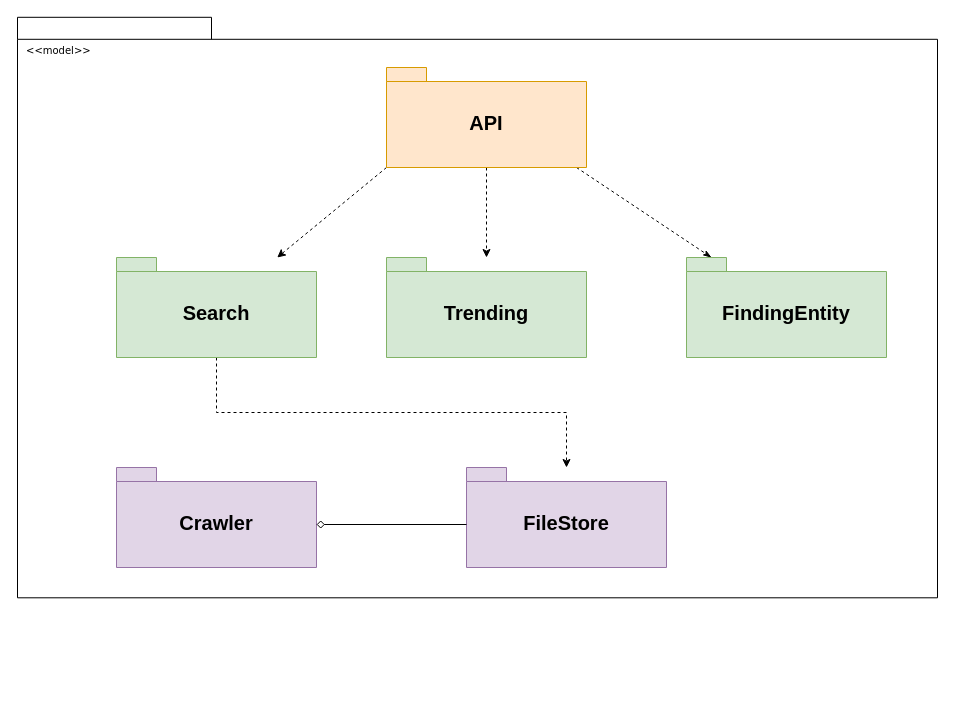
This is OOP_Project.drawio from HARKINGS/UML, a draw.io file, before an edit. Source tidied: cells renumbered, new cells numbered last; positions are measured from the earlier drawing's top-left corner, leaving out a move shared by most shapes. Both pictures are drawn from the tidied source at 100%, with x=0, y=0 at pixel (17, 17).
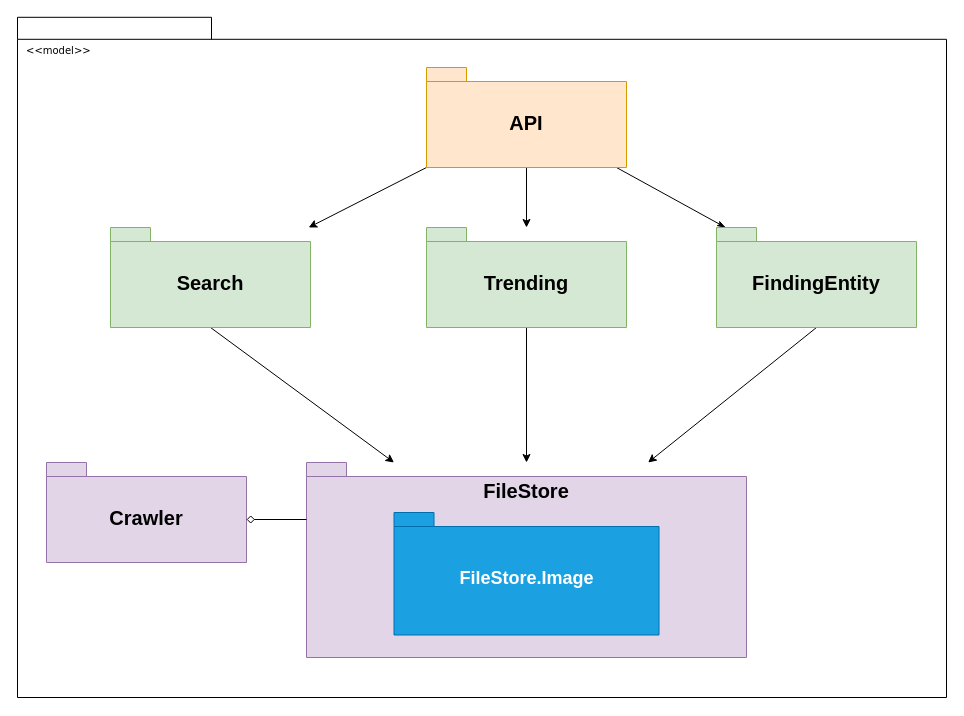
Above is the later version.

Commit message:
Cập nhật OOP_Project.drawio

Change to the diagram source:
```diff
@@
     <mxCell id="2" style="shape=folder;fontStyle=1;spacingTop=10;tabWidth=194;tabHeight=22;tabPosition=left;html=1;rounded=0;shadow=0;comic=0;labelBackgroundColor=none;strokeWidth=1;fillColor=none;fontFamily=Verdana;fontSize=10;align=center;" parent="1" vertex="1">
-      <mxGeometry y="-0.2" width="920" height="580.5" as="geometry" />
+      <mxGeometry y="-0.2" width="929" height="680.2" as="geometry" />
     </mxCell>
@@
-    <mxCell id="8" style="edgeStyle=orthogonalEdgeStyle;rounded=0;jettySize=auto;html=1;exitX=0.5;exitY=1;exitDx=0;exitDy=0;exitPerimeter=0;dashed=1;" parent="1" edge="1" source="11" target="16">
+    <mxCell id="8" style="edgeStyle=orthogonalEdgeStyle;rounded=0;jettySize=auto;html=1;exitX=0.5;exitY=1;exitDx=0;exitDy=0;exitPerimeter=0;" parent="1" edge="1" source="11" target="16">
       <mxGeometry relative="1" as="geometry" />
     </mxCell>
-    <mxCell id="9" style="rounded=0;jettySize=auto;html=1;exitX=0;exitY=0;exitDx=190;exitDy=100;exitPerimeter=0;endArrow=classicThin;endFill=1;dashed=1;" parent="1" edge="1" source="11" target="17">
+    <mxCell id="9" style="rounded=0;jettySize=auto;html=1;exitX=0;exitY=0;exitDx=190;exitDy=100;exitPerimeter=0;endArrow=classicThin;endFill=1;" parent="1" edge="1" source="11" target="17">
       <mxGeometry relative="1" as="geometry" />
     </mxCell>
-    <mxCell id="10" style="rounded=0;jettySize=auto;html=1;exitX=0;exitY=0;exitDx=0;exitDy=100;exitPerimeter=0;dashed=1;" parent="1" edge="1" source="11" target="13">
+    <mxCell id="10" style="rounded=0;jettySize=auto;html=1;exitX=0;exitY=0;exitDx=0;exitDy=100;exitPerimeter=0;" parent="1" edge="1" source="11" target="13">
       <mxGeometry relative="1" as="geometry" />
     </mxCell>
     <mxCell id="11" value="&lt;font style=&quot;font-size: 20px;&quot;&gt;API&lt;/font&gt;" style="shape=folder;fontStyle=1;spacingTop=10;tabWidth=40;tabHeight=14;tabPosition=left;html=1;whiteSpace=wrap;fillColor=#ffe6cc;strokeColor=#d79b00;" parent="1" vertex="1">
-      <mxGeometry x="369" y="50" width="200" height="100" as="geometry" />
+      <mxGeometry x="409" y="50" width="200" height="100" as="geometry" />
     </mxCell>
-    <mxCell id="12" style="edgeStyle=orthogonalEdgeStyle;rounded=0;jettySize=auto;html=1;exitX=0.5;exitY=1;exitDx=0;exitDy=0;exitPerimeter=0;dashed=1;" parent="1" edge="1" source="13" target="15">
+    <mxCell id="12" style="rounded=0;jettySize=auto;html=1;exitX=0.5;exitY=1;exitDx=0;exitDy=0;exitPerimeter=0;" parent="1" edge="1" source="13" target="15">
       <mxGeometry relative="1" as="geometry" />
     </mxCell>
     <mxCell id="13" value="&lt;font style=&quot;font-size: 20px;&quot;&gt;Search&lt;/font&gt;" style="shape=folder;fontStyle=1;spacingTop=10;tabWidth=40;tabHeight=14;tabPosition=left;html=1;whiteSpace=wrap;fillColor=#d5e8d4;strokeColor=#82b366;" parent="1" vertex="1">
-      <mxGeometry x="99" y="240" width="200" height="100" as="geometry" />
+      <mxGeometry x="93" y="210" width="200" height="100" as="geometry" />
     </mxCell>
     <mxCell id="14" value="&lt;font style=&quot;font-size: 20px;&quot;&gt;Crawler&lt;/font&gt;" style="shape=folder;fontStyle=1;spacingTop=10;tabWidth=40;tabHeight=14;tabPosition=left;html=1;whiteSpace=wrap;fillColor=#e1d5e7;strokeColor=#9673a6;" parent="1" vertex="1">
-      <mxGeometry x="99" y="450" width="200" height="100" as="geometry" />
+      <mxGeometry x="29" y="445" width="200" height="100" as="geometry" />
     </mxCell>
-    <mxCell id="15" value="&lt;font style=&quot;font-size: 20px;&quot;&gt;FileStore&lt;/font&gt;" style="shape=folder;fontStyle=1;spacingTop=10;tabWidth=40;tabHeight=14;tabPosition=left;html=1;whiteSpace=wrap;fillColor=#e1d5e7;strokeColor=#9673a6;" parent="1" vertex="1">
-      <mxGeometry x="449" y="450" width="200" height="100" as="geometry" />
+    <mxCell id="15" value="&lt;font style=&quot;font-size: 20px;&quot;&gt;FileStore&lt;/font&gt;" style="shape=folder;fontStyle=1;spacingTop=10;tabWidth=40;tabHeight=14;tabPosition=left;html=1;whiteSpace=wrap;fillColor=#e1d5e7;strokeColor=#9673a6;verticalAlign=top;align=center;labelPosition=center;verticalLabelPosition=middle;" parent="1" vertex="1">
+      <mxGeometry x="289" y="445" width="440" height="195" as="geometry" />
     </mxCell>
+    <mxCell id="19" style="rounded=0;jettySize=auto;html=1;" parent="1" edge="1" source="16" target="15">
+      <mxGeometry relative="1" as="geometry" />
+    </mxCell>
     <mxCell id="16" value="&lt;font style=&quot;font-size: 20px;&quot;&gt;Trending&lt;/font&gt;" style="shape=folder;fontStyle=1;spacingTop=10;tabWidth=40;tabHeight=14;tabPosition=left;html=1;whiteSpace=wrap;fillColor=#d5e8d4;strokeColor=#82b366;" parent="1" vertex="1">
-      <mxGeometry x="369" y="240" width="200" height="100" as="geometry" />
+      <mxGeometry x="409" y="210" width="200" height="100" as="geometry" />
     </mxCell>
+    <mxCell id="20" style="rounded=0;jettySize=auto;html=1;exitX=0.5;exitY=1;exitDx=0;exitDy=0;exitPerimeter=0;" parent="1" edge="1" source="17" target="15">
+      <mxGeometry relative="1" as="geometry" />
+    </mxCell>
     <mxCell id="17" value="&lt;font style=&quot;font-size: 20px;&quot;&gt;FindingEntity&lt;/font&gt;" style="shape=folder;fontStyle=1;spacingTop=10;tabWidth=40;tabHeight=14;tabPosition=left;html=1;whiteSpace=wrap;fillColor=#d5e8d4;strokeColor=#82b366;" parent="1" vertex="1">
-      <mxGeometry x="669" y="240" width="200" height="100" as="geometry" />
+      <mxGeometry x="699" y="210" width="200" height="100" as="geometry" />
     </mxCell>
@@
+    <mxCell id="21" value="&lt;font style=&quot;font-size: 18px;&quot;&gt;FileStore.Image&lt;/font&gt;" style="shape=folder;fontStyle=1;spacingTop=10;tabWidth=40;tabHeight=14;tabPosition=left;html=1;whiteSpace=wrap;fillColor=#1ba1e2;strokeColor=#006EAF;fontColor=#ffffff;" parent="1" vertex="1">
+      <mxGeometry x="376.5" y="495" width="265" height="122.5" as="geometry" />
+    </mxCell>
```
